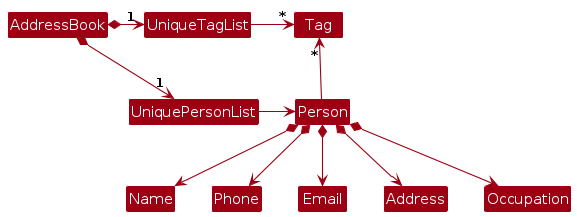
Earlier version of the PlantUML export diagrams/BetterModelClassDiagram.png (zpnoob/tp). Its source is kept beside it as diagrams/BetterModelClassDiagram.puml.
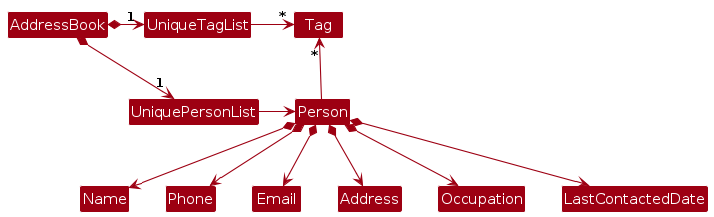
After the change.

Change to the diagram source:
```diff
@@ -19,4 +19,5 @@
 Person *--> Email
 Person *--> Address
 Person *--> Occupation
+Person *--> LastContactedDate
 @enduml
```
